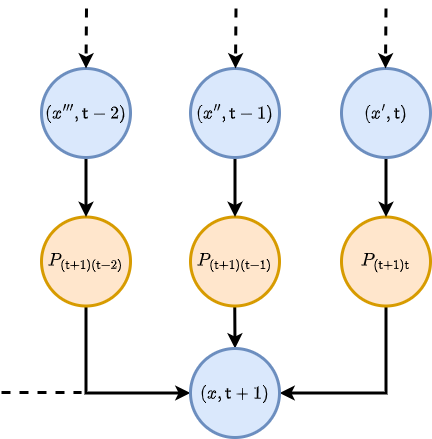
Before: images/chapter-4-master-eq-graph.drawio.png, a diagram exported from draw.io (umbralcalc/worlds-of-observation). Source tidied: cells renumbered, new cells last; positions are measured from the earlier drawing's top-left corner, leaving out a move shared by most shapes.
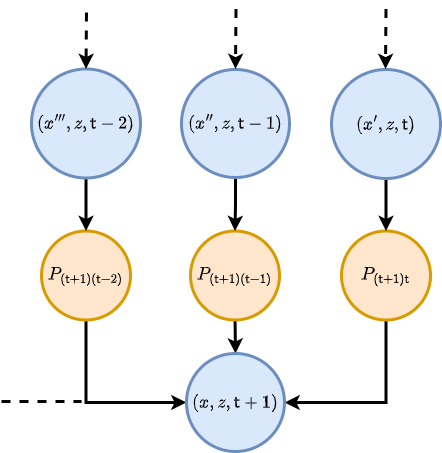
The same file after the commit.

Commit message:
updates to notation of the empirical filter chapter

The edit, as a diff of the source:
```diff
@@ -2,10 +2,10 @@
   <root>
     <mxCell id="0" />
     <mxCell id="1" parent="0" />
-    <mxCell id="2" style="edgeStyle=orthogonalEdgeStyle;rounded=0;jettySize=auto;html=1;entryX=0;entryY=0.5;entryDx=0;entryDy=0;fontSize=18;strokeWidth=3;" parent="1" edge="1" source="3" target="9">
+    <mxCell id="2" style="edgeStyle=orthogonalEdgeStyle;rounded=0;jettySize=auto;html=1;fontSize=18;strokeWidth=3;entryX=0;entryY=0.5;entryDx=0;entryDy=0;" parent="1" edge="1" source="3" target="9">
       <mxGeometry relative="1" as="geometry">
         <Array as="points">
-          <mxPoint x="85" y="385" />
+          <mxPoint x="85" y="380" />
         </Array>
       </mxGeometry>
     </mxCell>
@@ -20,14 +20,14 @@
     <mxCell id="5" style="edgeStyle=orthogonalEdgeStyle;rounded=0;jettySize=auto;html=1;entryX=1;entryY=0.5;entryDx=0;entryDy=0;strokeWidth=3;fontSize=18;exitX=0.5;exitY=1;exitDx=0;exitDy=0;" parent="1" edge="1" source="8" target="9">
       <mxGeometry relative="1" as="geometry">
         <Array as="points">
-          <mxPoint x="385" y="385" />
+          <mxPoint x="385" y="380" />
         </Array>
       </mxGeometry>
     </mxCell>
     <mxCell id="6" style="endArrow=none;html=1;rounded=0;strokeWidth=3;fontSize=18;dashed=1;" parent="1" edge="1">
       <mxGeometry relative="1" as="geometry">
-        <mxPoint y="384" as="sourcePoint" />
-        <mxPoint x="80" y="384" as="targetPoint" />
+        <mxPoint y="379" as="sourcePoint" />
+        <mxPoint x="80" y="379" as="targetPoint" />
       </mxGeometry>
     </mxCell>
     <mxCell id="7" value="&lt;font style=&quot;font-size: 15px;&quot;&gt;$$P_{({\sf t}+1)({\sf t}-1)}$$&lt;/font&gt;" style="ellipse;whiteSpace=wrap;html=1;fillColor=#ffe6cc;strokeColor=#d79b00;strokeWidth=3;" parent="1" vertex="1">
@@ -36,42 +36,42 @@
     <mxCell id="8" value="&lt;font style=&quot;font-size: 15px;&quot;&gt;$$P_{({\sf t}+1){\sf t}}$$&lt;/font&gt;" style="ellipse;whiteSpace=wrap;html=1;fillColor=#ffe6cc;strokeColor=#d79b00;strokeWidth=3;" parent="1" vertex="1">
       <mxGeometry x="340" y="208.5" width="89" height="89" as="geometry" />
     </mxCell>
-    <mxCell id="9" value="&lt;font style=&quot;font-size: 15px;&quot;&gt;$$(x, {{\sf t}+1})$$&lt;/font&gt;" style="ellipse;whiteSpace=wrap;html=1;fillColor=#dae8fc;strokeColor=#6c8ebf;strokeWidth=3;" parent="1" vertex="1">
-      <mxGeometry x="189" y="340" width="89" height="89" as="geometry" />
+    <mxCell id="9" value="&lt;font style=&quot;font-size: 15px;&quot;&gt;$$(x,z, {{\sf t}+1})$$&lt;/font&gt;" style="ellipse;whiteSpace=wrap;html=1;fillColor=#dae8fc;strokeColor=#6c8ebf;strokeWidth=3;" parent="1" vertex="1">
+      <mxGeometry x="185" y="331" width="98" height="98" as="geometry" />
     </mxCell>
     <mxCell id="10" style="edgeStyle=orthogonalEdgeStyle;rounded=0;jettySize=auto;html=1;entryX=0.5;entryY=0;entryDx=0;entryDy=0;strokeWidth=3;fontSize=15;" parent="1" edge="1" source="11" target="8">
       <mxGeometry relative="1" as="geometry" />
     </mxCell>
-    <mxCell id="11" value="&lt;font style=&quot;font-size: 15px;&quot;&gt;$$(x', {{\sf t}})$$&lt;/font&gt;" style="ellipse;whiteSpace=wrap;html=1;fillColor=#dae8fc;strokeColor=#6c8ebf;strokeWidth=3;" parent="1" vertex="1">
-      <mxGeometry x="340" y="60" width="89" height="89" as="geometry" />
+    <mxCell id="11" value="&lt;font style=&quot;font-size: 15px;&quot;&gt;$$(x',z, {{\sf t}})$$&lt;/font&gt;" style="ellipse;whiteSpace=wrap;html=1;fillColor=#dae8fc;strokeColor=#6c8ebf;strokeWidth=3;" parent="1" vertex="1">
+      <mxGeometry x="330" y="47" width="109" height="109" as="geometry" />
     </mxCell>
     <mxCell id="12" style="edgeStyle=orthogonalEdgeStyle;rounded=0;jettySize=auto;html=1;strokeWidth=3;fontSize=15;" parent="1" edge="1" source="13" target="7">
       <mxGeometry relative="1" as="geometry" />
     </mxCell>
-    <mxCell id="13" value="&lt;font style=&quot;font-size: 15px;&quot;&gt;$$(x'', {{\sf t}-1})$$&lt;/font&gt;" style="ellipse;whiteSpace=wrap;html=1;fillColor=#dae8fc;strokeColor=#6c8ebf;strokeWidth=3;" parent="1" vertex="1">
-      <mxGeometry x="189" y="60" width="89" height="89" as="geometry" />
+    <mxCell id="13" value="&lt;font style=&quot;font-size: 15px;&quot;&gt;$$(x'',z, {{\sf t}-1})$$&lt;/font&gt;" style="ellipse;whiteSpace=wrap;html=1;fillColor=#dae8fc;strokeColor=#6c8ebf;strokeWidth=3;" parent="1" vertex="1">
+      <mxGeometry x="180" y="47" width="108" height="108" as="geometry" />
     </mxCell>
     <mxCell id="14" style="edgeStyle=orthogonalEdgeStyle;rounded=0;jettySize=auto;html=1;entryX=0.5;entryY=0;entryDx=0;entryDy=0;strokeWidth=3;fontSize=15;" parent="1" edge="1" source="15" target="3">
       <mxGeometry relative="1" as="geometry" />
     </mxCell>
-    <mxCell id="15" value="&lt;font style=&quot;font-size: 15px;&quot;&gt;$$(x''', {{\sf t}-2})$$&lt;/font&gt;" style="ellipse;whiteSpace=wrap;html=1;fillColor=#dae8fc;strokeColor=#6c8ebf;strokeWidth=3;" parent="1" vertex="1">
-      <mxGeometry x="40" y="60" width="89" height="89" as="geometry" />
+    <mxCell id="15" value="&lt;font style=&quot;font-size: 15px;&quot;&gt;$$(x''',z, {{\sf t}-2})$$&lt;/font&gt;" style="ellipse;whiteSpace=wrap;html=1;fillColor=#dae8fc;strokeColor=#6c8ebf;strokeWidth=3;" parent="1" vertex="1">
+      <mxGeometry x="30" y="46.5" width="109" height="109" as="geometry" />
     </mxCell>
     <mxCell id="16" style="endArrow=classic;html=1;rounded=0;strokeWidth=3;fontSize=15;dashed=1;entryX=0.5;entryY=0;entryDx=0;entryDy=0;" parent="1" edge="1" target="15">
       <mxGeometry relative="1" as="geometry">
-        <mxPoint x="85" as="sourcePoint" />
+        <mxPoint x="85" y="-10" as="sourcePoint" />
       </mxGeometry>
     </mxCell>
     <mxCell id="17" style="endArrow=classic;html=1;rounded=0;strokeWidth=3;fontSize=15;dashed=1;entryX=0.5;entryY=0;entryDx=0;entryDy=0;" parent="1" edge="1">
       <mxGeometry relative="1" as="geometry">
-        <mxPoint x="234.5" as="sourcePoint" />
-        <mxPoint x="234" y="60" as="targetPoint" />
+        <mxPoint x="234.5" y="-13.5" as="sourcePoint" />
+        <mxPoint x="234" y="46.5" as="targetPoint" />
       </mxGeometry>
     </mxCell>
     <mxCell id="18" style="endArrow=classic;html=1;rounded=0;strokeWidth=3;fontSize=15;dashed=1;entryX=0.5;entryY=0;entryDx=0;entryDy=0;" parent="1" edge="1">
       <mxGeometry relative="1" as="geometry">
-        <mxPoint x="384.5" as="sourcePoint" />
-        <mxPoint x="384" y="60" as="targetPoint" />
+        <mxPoint x="384.5" y="-13.5" as="sourcePoint" />
+        <mxPoint x="384" y="46.5" as="targetPoint" />
       </mxGeometry>
     </mxCell>
   </root>
```
